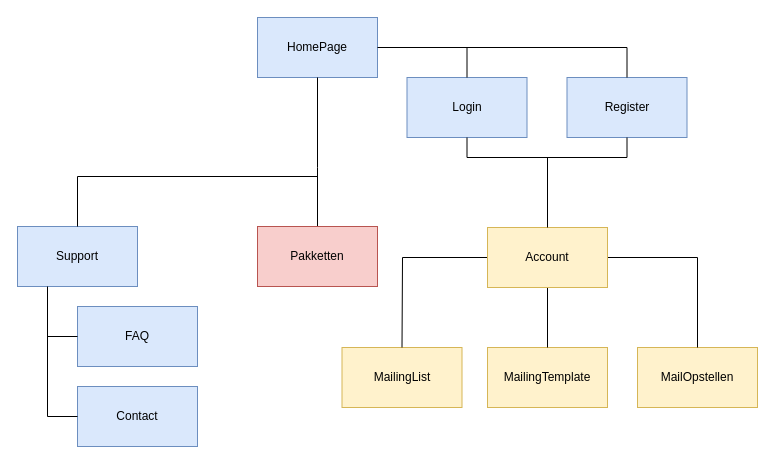
Before: documentation/SiteMap.drawio in jack-jadoenath/MassaMailer, a draw.io diagram. Source tidied: cells renumbered, new cells numbered last; positions are measured from the earlier drawing's top-left corner, leaving out a move shared by most shapes. Both pictures are drawn from the tidied source at 100%, with x=0, y=0 at pixel (17, 17).
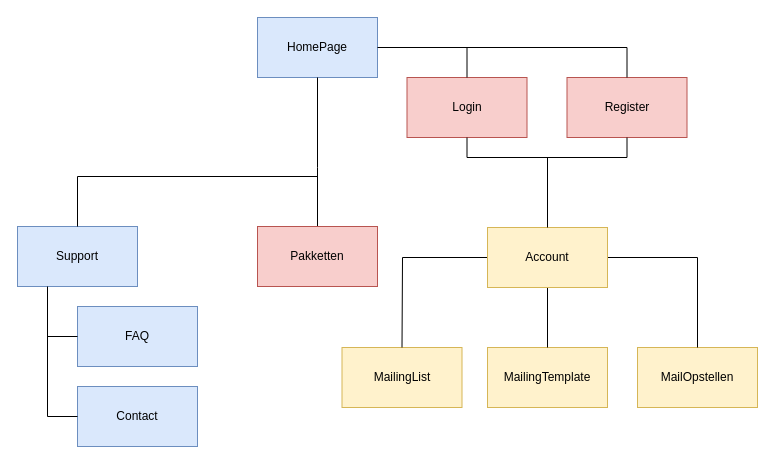
Above is the later version.

Commit message (it also covers changes not shown here):
SiteMaps Aangepast

Diff of the diagram source:
```diff
@@
-    <mxCell id="3" value="Login" style="rounded=0;whiteSpace=wrap;html=1;fillColor=#dae8fc;strokeColor=#6c8ebf;" parent="1" vertex="1">
+    <mxCell id="3" value="Login" style="rounded=0;whiteSpace=wrap;html=1;fillColor=#f8cecc;strokeColor=#b85450;" parent="1" vertex="1">
       <mxGeometry x="389.5" y="60" width="120" height="60" as="geometry" />
     </mxCell>
-    <mxCell id="4" value="Register" style="rounded=0;whiteSpace=wrap;html=1;fillColor=#dae8fc;strokeColor=#6c8ebf;" parent="1" vertex="1">
+    <mxCell id="4" value="Register" style="rounded=0;whiteSpace=wrap;html=1;fillColor=#f8cecc;strokeColor=#b85450;" parent="1" vertex="1">
       <mxGeometry x="549.5" y="60" width="120" height="60" as="geometry" />
     </mxCell>
```
